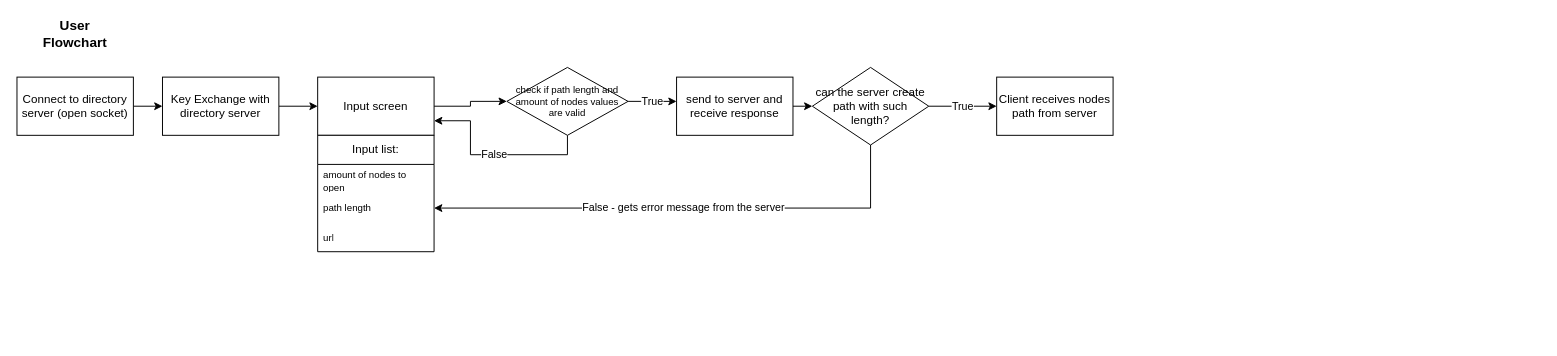
This is ORBit Flowchart.drawio from LiamForReal/orbit, a draw.io file, before an edit. Source tidied: cells renumbered, new cells numbered last; positions are measured from the earlier drawing's top-left corner, leaving out a move shared by most shapes. Both pictures are drawn from the tidied source at 97%, with x=0, y=0 at pixel (16, 18).
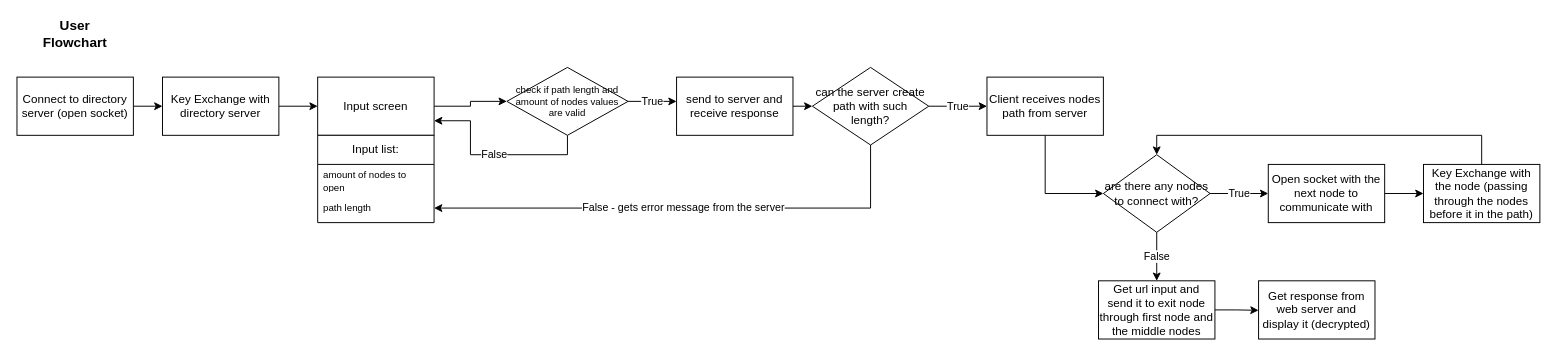
The same diagram, later.

Diff of the diagram source:
```diff
@@
     <mxCell id="5" value="Input list:" style="swimlane;fontStyle=0;horizontal=1;startSize=30;whiteSpace=wrap;html=1;" parent="1" vertex="1">
-      <mxGeometry x="310" y="120" width="120" height="120" as="geometry" />
+      <mxGeometry x="310" y="120" width="120" height="90" as="geometry" />
     </mxCell>
@@
-    <mxCell id="8" value="&lt;font style=&quot;font-size: 10px;&quot;&gt;url&lt;br&gt;&lt;/font&gt;" style="text;strokeColor=none;fillColor=none;align=left;verticalAlign=middle;spacingLeft=4;spacingRight=4;overflow=hidden;whiteSpace=wrap;html=1;" parent="5" vertex="1">
-      <mxGeometry y="90" width="120" height="30" as="geometry" />
-    </mxCell>
@@
+    <mxCell id="22" style="edgeStyle=orthogonalEdgeStyle;rounded=0;jettySize=auto;html=1;exitX=0.5;exitY=1;exitDx=0;exitDy=0;entryX=0;entryY=0.5;entryDx=0;entryDy=0;" parent="1" edge="1" source="17" target="27">
+      <mxGeometry relative="1" as="geometry" />
+    </mxCell>
     <mxCell id="17" value="Client receives nodes path from server" style="rounded=0;whiteSpace=wrap;html=1;" parent="1" vertex="1">
-      <mxGeometry x="1010" y="60" width="120" height="60" as="geometry" />
+      <mxGeometry x="1000" y="60" width="120" height="60" as="geometry" />
     </mxCell>
@@
+    <mxCell id="23" style="edgeStyle=orthogonalEdgeStyle;rounded=0;jettySize=auto;html=1;exitX=1;exitY=0.5;exitDx=0;exitDy=0;entryX=0;entryY=0.5;entryDx=0;entryDy=0;" parent="1" edge="1" source="24" target="29">
+      <mxGeometry relative="1" as="geometry" />
+    </mxCell>
+    <mxCell id="24" value="Open socket with the next node to communicate with" style="rounded=0;whiteSpace=wrap;html=1;" parent="1" vertex="1">
+      <mxGeometry x="1290" y="150" width="120" height="60" as="geometry" />
+    </mxCell>
+    <mxCell id="25" value="True" style="edgeStyle=orthogonalEdgeStyle;rounded=0;jettySize=auto;html=1;exitX=1;exitY=0.5;exitDx=0;exitDy=0;" parent="1" edge="1" source="27" target="24">
+      <mxGeometry relative="1" as="geometry" />
+    </mxCell>
+    <mxCell id="26" value="False" style="edgeStyle=orthogonalEdgeStyle;rounded=0;jettySize=auto;html=1;exitX=0.5;exitY=1;exitDx=0;exitDy=0;entryX=0.5;entryY=0;entryDx=0;entryDy=0;entryPerimeter=0;" parent="1" edge="1" source="27" target="31">
+      <mxGeometry relative="1" as="geometry" />
+    </mxCell>
+    <mxCell id="27" value="are there any nodes to connect with?" style="rhombus;whiteSpace=wrap;html=1;" parent="1" vertex="1">
+      <mxGeometry x="1120" y="140" width="110" height="80" as="geometry" />
+    </mxCell>
+    <mxCell id="28" style="edgeStyle=orthogonalEdgeStyle;rounded=0;jettySize=auto;html=1;exitX=0.5;exitY=0;exitDx=0;exitDy=0;entryX=0.5;entryY=0;entryDx=0;entryDy=0;" parent="1" edge="1" source="29" target="27">
+      <mxGeometry relative="1" as="geometry">
+        <Array as="points">
+          <mxPoint x="1510" y="120" />
+          <mxPoint x="1175" y="120" />
+        </Array>
+      </mxGeometry>
+    </mxCell>
+    <mxCell id="29" value="Key Exchange with the node (passing through the nodes before it in the path)" style="rounded=0;whiteSpace=wrap;html=1;" parent="1" vertex="1">
+      <mxGeometry x="1450" y="150" width="120" height="60" as="geometry" />
+    </mxCell>
+    <mxCell id="30" style="edgeStyle=orthogonalEdgeStyle;rounded=0;jettySize=auto;html=1;exitX=1;exitY=0.5;exitDx=0;exitDy=0;entryX=0;entryY=0.507;entryDx=0;entryDy=0;entryPerimeter=0;" parent="1" edge="1" source="31" target="32">
+      <mxGeometry relative="1" as="geometry" />
+    </mxCell>
+    <mxCell id="31" value="Get url input and send it to exit node through first node and the middle nodes" style="rounded=0;whiteSpace=wrap;html=1;" parent="1" vertex="1">
+      <mxGeometry x="1115" y="270" width="120" height="60" as="geometry" />
+    </mxCell>
+    <mxCell id="32" value="Get response from web server and display it (decrypted)" style="rounded=0;whiteSpace=wrap;html=1;" parent="1" vertex="1">
+      <mxGeometry x="1280" y="270" width="120" height="60" as="geometry" />
+    </mxCell>
```
